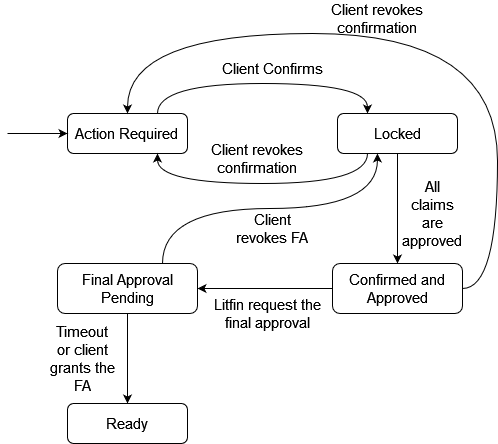
Above: Claim_set_workflow_2.0.drawio.png in prusovak2/SwProjectDiagrams (draw.io), before the change. Source tidied: cells renumbered, new cells last; positions are measured from the earlier drawing's top-left corner, leaving out a move shared by most shapes.
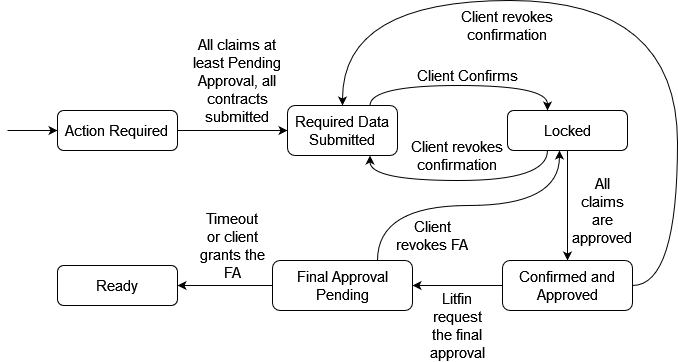
The same diagram one commit later.

Diff of the diagram source:
```diff
@@ -2,83 +2,92 @@
   <root>
     <mxCell id="0" />
     <mxCell id="1" parent="0" />
-    <mxCell id="2" style="edgeStyle=orthogonalEdgeStyle;curved=1;jettySize=auto;html=1;exitX=0.75;exitY=0;exitDx=0;exitDy=0;entryX=0.25;entryY=0;entryDx=0;entryDy=0;fontSize=15;" parent="1" edge="1" source="3" target="6">
-      <mxGeometry relative="1" as="geometry">
-        <Array as="points">
-          <mxPoint x="150" y="80" />
-          <mxPoint x="360" y="80" />
-        </Array>
-      </mxGeometry>
-    </mxCell>
+    <mxCell id="22" style="edgeStyle=orthogonalEdgeStyle;jettySize=auto;html=1;exitX=1;exitY=0.5;exitDx=0;exitDy=0;entryX=0;entryY=0.5;entryDx=0;entryDy=0;fontSize=15;curved=1;" parent="1" edge="1" source="3" target="25">
+      <mxGeometry relative="1" as="geometry" />
+    </mxCell>
     <mxCell id="3" value="&lt;font style=&quot;font-size: 15px&quot;&gt;&lt;font style=&quot;font-size: 15px&quot;&gt;Action Required&lt;/font&gt;&lt;br&gt;&lt;/font&gt;" style="rounded=1;whiteSpace=wrap;html=1;" parent="1" vertex="1">
-      <mxGeometry x="60" y="110" width="120" height="40" as="geometry" />
+      <mxGeometry x="-40" y="120" width="120" height="40" as="geometry" />
     </mxCell>
-    <mxCell id="4" style="edgeStyle=orthogonalEdgeStyle;curved=1;jettySize=auto;html=1;exitX=0.25;exitY=1;exitDx=0;exitDy=0;entryX=0.75;entryY=1;entryDx=0;entryDy=0;fontSize=15;" parent="1" edge="1" source="6" target="3">
-      <mxGeometry relative="1" as="geometry">
-        <Array as="points">
-          <mxPoint x="360" y="180" />
-          <mxPoint x="150" y="180" />
-        </Array>
-      </mxGeometry>
-    </mxCell>
     <mxCell id="5" style="edgeStyle=orthogonalEdgeStyle;curved=1;jettySize=auto;html=1;exitX=0.5;exitY=1;exitDx=0;exitDy=0;entryX=0.5;entryY=0;entryDx=0;entryDy=0;fontSize=15;" parent="1" edge="1" source="6" target="9">
       <mxGeometry relative="1" as="geometry" />
     </mxCell>
+    <mxCell id="23" style="edgeStyle=orthogonalEdgeStyle;curved=1;jettySize=auto;html=1;exitX=0.333;exitY=1;exitDx=0;exitDy=0;entryX=0.75;entryY=1;entryDx=0;entryDy=0;fontSize=15;exitPerimeter=0;" parent="1" edge="1" source="6" target="25">
+      <mxGeometry relative="1" as="geometry">
+        <Array as="points">
+          <mxPoint x="450" y="190" />
+          <mxPoint x="273" y="190" />
+        </Array>
+      </mxGeometry>
+    </mxCell>
     <mxCell id="6" value="&lt;font style=&quot;font-size: 15px&quot;&gt;Locked&lt;/font&gt;" style="rounded=1;whiteSpace=wrap;html=1;" parent="1" vertex="1">
-      <mxGeometry x="330" y="110" width="120" height="40" as="geometry" />
+      <mxGeometry x="410" y="120" width="120" height="40" as="geometry" />
     </mxCell>
     <mxCell id="7" style="edgeStyle=orthogonalEdgeStyle;curved=1;jettySize=auto;html=1;exitX=0;exitY=0.5;exitDx=0;exitDy=0;entryX=1;entryY=0.5;entryDx=0;entryDy=0;fontSize=15;" parent="1" edge="1" source="9" target="12">
       <mxGeometry relative="1" as="geometry" />
     </mxCell>
-    <mxCell id="8" style="edgeStyle=orthogonalEdgeStyle;curved=1;jettySize=auto;html=1;exitX=1;exitY=0.5;exitDx=0;exitDy=0;fontSize=15;entryX=0.5;entryY=0;entryDx=0;entryDy=0;" parent="1" edge="1" source="9" target="3">
+    <mxCell id="8" style="edgeStyle=orthogonalEdgeStyle;curved=1;jettySize=auto;html=1;exitX=1;exitY=0.5;exitDx=0;exitDy=0;fontSize=15;entryX=0.5;entryY=0;entryDx=0;entryDy=0;" parent="1" edge="1" source="9" target="25">
       <mxGeometry relative="1" as="geometry">
         <Array as="points">
-          <mxPoint x="490" y="285" />
-          <mxPoint x="490" y="30" />
-          <mxPoint x="120" y="30" />
+          <mxPoint x="580" y="295" />
+          <mxPoint x="580" y="10" />
+          <mxPoint x="245" y="10" />
         </Array>
       </mxGeometry>
     </mxCell>
     <mxCell id="9" value="&lt;font style=&quot;font-size: 15px&quot;&gt;Confirmed and Approved&lt;/font&gt;" style="rounded=1;whiteSpace=wrap;html=1;" parent="1" vertex="1">
-      <mxGeometry x="325" y="260" width="130" height="50" as="geometry" />
+      <mxGeometry x="405" y="270" width="130" height="50" as="geometry" />
     </mxCell>
+    <mxCell id="11" style="edgeStyle=orthogonalEdgeStyle;curved=1;jettySize=auto;html=1;exitX=0.75;exitY=0;exitDx=0;exitDy=0;entryX=0.433;entryY=1;entryDx=0;entryDy=0;entryPerimeter=0;fontSize=15;" parent="1" edge="1" source="12" target="6">
+      <mxGeometry relative="1" as="geometry" />
+    </mxCell>
-    <mxCell id="10" style="edgeStyle=orthogonalEdgeStyle;curved=1;jettySize=auto;html=1;exitX=0.5;exitY=1;exitDx=0;exitDy=0;entryX=0.5;entryY=0;entryDx=0;entryDy=0;fontSize=15;" parent="1" edge="1" source="12" target="13">
+    <mxCell id="10" style="edgeStyle=orthogonalEdgeStyle;curved=1;jettySize=auto;html=1;exitX=0;exitY=0.5;exitDx=0;exitDy=0;entryX=1;entryY=0.5;entryDx=0;entryDy=0;fontSize=15;" parent="1" edge="1" source="12" target="13">
       <mxGeometry relative="1" as="geometry" />
     </mxCell>
-    <mxCell id="11" style="edgeStyle=orthogonalEdgeStyle;curved=1;jettySize=auto;html=1;exitX=0.75;exitY=0;exitDx=0;exitDy=0;entryX=0.333;entryY=1;entryDx=0;entryDy=0;entryPerimeter=0;fontSize=15;" parent="1" edge="1" source="12" target="6">
-      <mxGeometry relative="1" as="geometry" />
-    </mxCell>
     <mxCell id="12" value="&lt;font style=&quot;font-size: 15px&quot;&gt;Final Approval Pending&lt;/font&gt;" style="rounded=1;whiteSpace=wrap;html=1;" parent="1" vertex="1">
-      <mxGeometry x="50" y="260" width="140" height="50" as="geometry" />
+      <mxGeometry x="175" y="270" width="140" height="50" as="geometry" />
     </mxCell>
     <mxCell id="13" value="&lt;font style=&quot;font-size: 15px&quot;&gt;Ready&lt;/font&gt;" style="rounded=1;whiteSpace=wrap;html=1;" parent="1" vertex="1">
-      <mxGeometry x="60" y="400" width="120" height="40" as="geometry" />
+      <mxGeometry x="-40" y="275" width="120" height="40" as="geometry" />
     </mxCell>
     <mxCell id="14" style="endArrow=classic;html=1;rounded=0;fontSize=15;entryX=0;entryY=0.5;entryDx=0;entryDy=0;" parent="1" edge="1" target="3">
       <mxGeometry relative="1" as="geometry">
-        <mxPoint y="130" as="sourcePoint" />
+        <mxPoint x="-90" y="140" as="sourcePoint" />
       </mxGeometry>
     </mxCell>
     <mxCell id="15" value="All claims are approved" style="text;html=1;strokeColor=none;fillColor=none;align=center;verticalAlign=middle;whiteSpace=wrap;rounded=0;fontSize=15;" parent="1" vertex="1">
-      <mxGeometry x="395" y="180" width="60" height="60" as="geometry" />
+      <mxGeometry x="475" y="190" width="60" height="60" as="geometry" />
     </mxCell>
     <mxCell id="16" value="Client Confirms" style="text;html=1;strokeColor=none;fillColor=none;align=center;verticalAlign=middle;whiteSpace=wrap;rounded=0;fontSize=15;" parent="1" vertex="1">
-      <mxGeometry x="210" y="50" width="110" height="30" as="geometry" />
+      <mxGeometry x="315" y="70" width="110" height="30" as="geometry" />
     </mxCell>
     <mxCell id="17" value="Client revokes confirmation" style="text;html=1;strokeColor=none;fillColor=none;align=center;verticalAlign=middle;whiteSpace=wrap;rounded=0;fontSize=15;" parent="1" vertex="1">
-      <mxGeometry x="190" y="140" width="120" height="30" as="geometry" />
+      <mxGeometry x="300" y="150" width="120" height="30" as="geometry" />
     </mxCell>
     <mxCell id="18" value="Litfin request the final approval" style="text;html=1;strokeColor=none;fillColor=none;align=center;verticalAlign=middle;whiteSpace=wrap;rounded=0;fontSize=15;" parent="1" vertex="1">
-      <mxGeometry x="200" y="290" width="120" height="40" as="geometry" />
+      <mxGeometry x="325" y="300" width="70" height="70" as="geometry" />
     </mxCell>
     <mxCell id="19" value="Timeout or client grants the FA" style="text;html=1;strokeColor=none;fillColor=none;align=center;verticalAlign=middle;whiteSpace=wrap;rounded=0;fontSize=15;" parent="1" vertex="1">
-      <mxGeometry x="40" y="330" width="70" height="50" as="geometry" />
+      <mxGeometry x="100" y="230" width="70" height="50" as="geometry" />
     </mxCell>
     <mxCell id="20" value="Client revokes confirmation" style="text;html=1;strokeColor=none;fillColor=none;align=center;verticalAlign=middle;whiteSpace=wrap;rounded=0;fontSize=15;" parent="1" vertex="1">
-      <mxGeometry x="310" width="120" height="30" as="geometry" />
+      <mxGeometry x="350" y="10" width="120" height="50" as="geometry" />
     </mxCell>
     <mxCell id="21" value="Client revokes FA" style="text;html=1;strokeColor=none;fillColor=none;align=center;verticalAlign=middle;whiteSpace=wrap;rounded=0;fontSize=15;" parent="1" vertex="1">
-      <mxGeometry x="220" y="200" width="90" height="50" as="geometry" />
+      <mxGeometry x="290" y="220" width="90" height="50" as="geometry" />
     </mxCell>
+    <mxCell id="24" style="edgeStyle=orthogonalEdgeStyle;curved=1;jettySize=auto;html=1;exitX=0.75;exitY=0;exitDx=0;exitDy=0;fontSize=15;" parent="1" edge="1" source="25" target="6">
+      <mxGeometry relative="1" as="geometry">
+        <Array as="points">
+          <mxPoint x="273" y="95" />
+          <mxPoint x="450" y="95" />
+        </Array>
+      </mxGeometry>
+    </mxCell>
+    <mxCell id="25" value="&lt;font style=&quot;font-size: 15px&quot;&gt;Required Data Submitted&lt;br&gt;&lt;/font&gt;" style="rounded=1;whiteSpace=wrap;html=1;" parent="1" vertex="1">
+      <mxGeometry x="190" y="115" width="110" height="50" as="geometry" />
+    </mxCell>
+    <mxCell id="26" value="All claims at least Pending Approval, all contracts submitted" style="text;html=1;strokeColor=none;fillColor=none;align=center;verticalAlign=middle;whiteSpace=wrap;rounded=0;fontSize=15;" parent="1" vertex="1">
+      <mxGeometry x="90" y="40" width="100" height="100" as="geometry" />
+    </mxCell>
   </root>
 </mxGraphModel>
```
